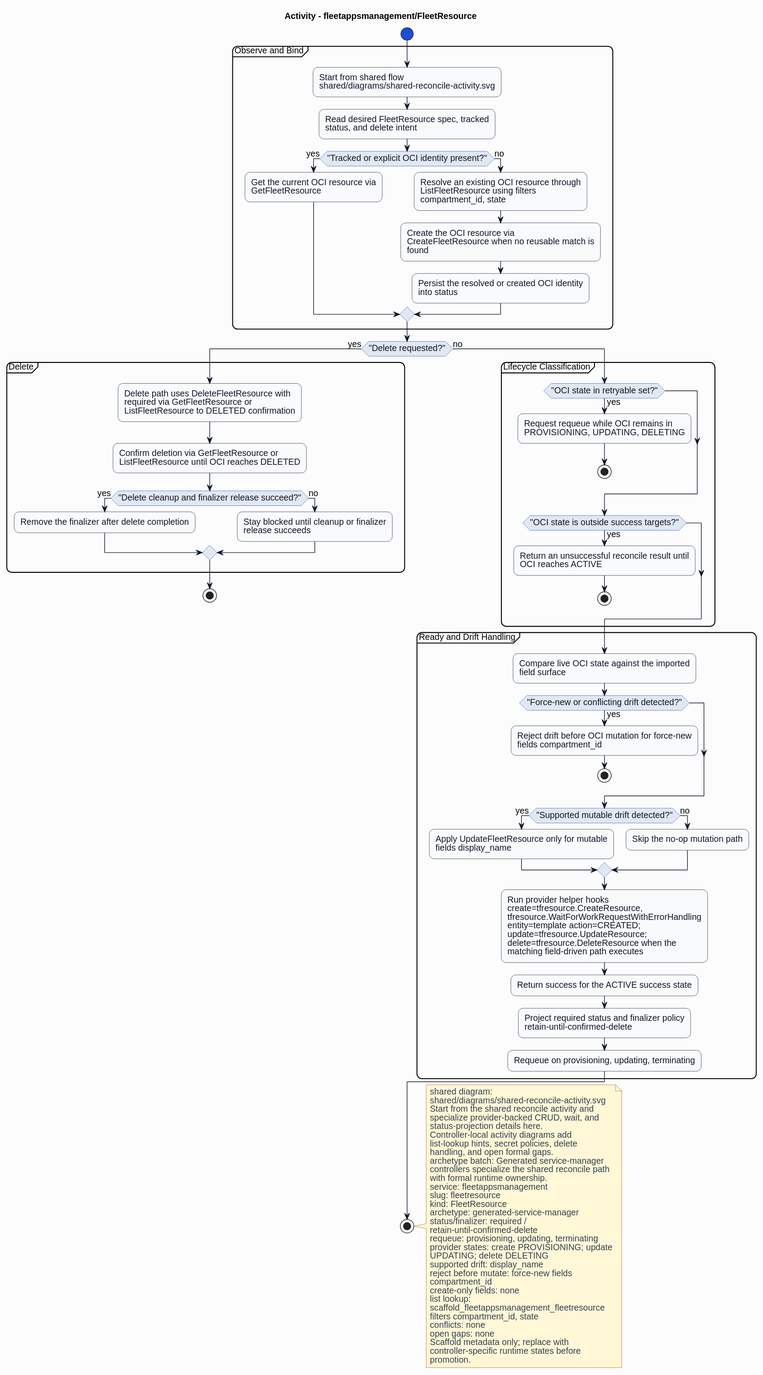
This is formal/controllers/fleetappsmanagement/fleetresource/diagrams/activity.svg from HaoyL666/oci-service-operator, a PlantUML export, as it was before one commit.
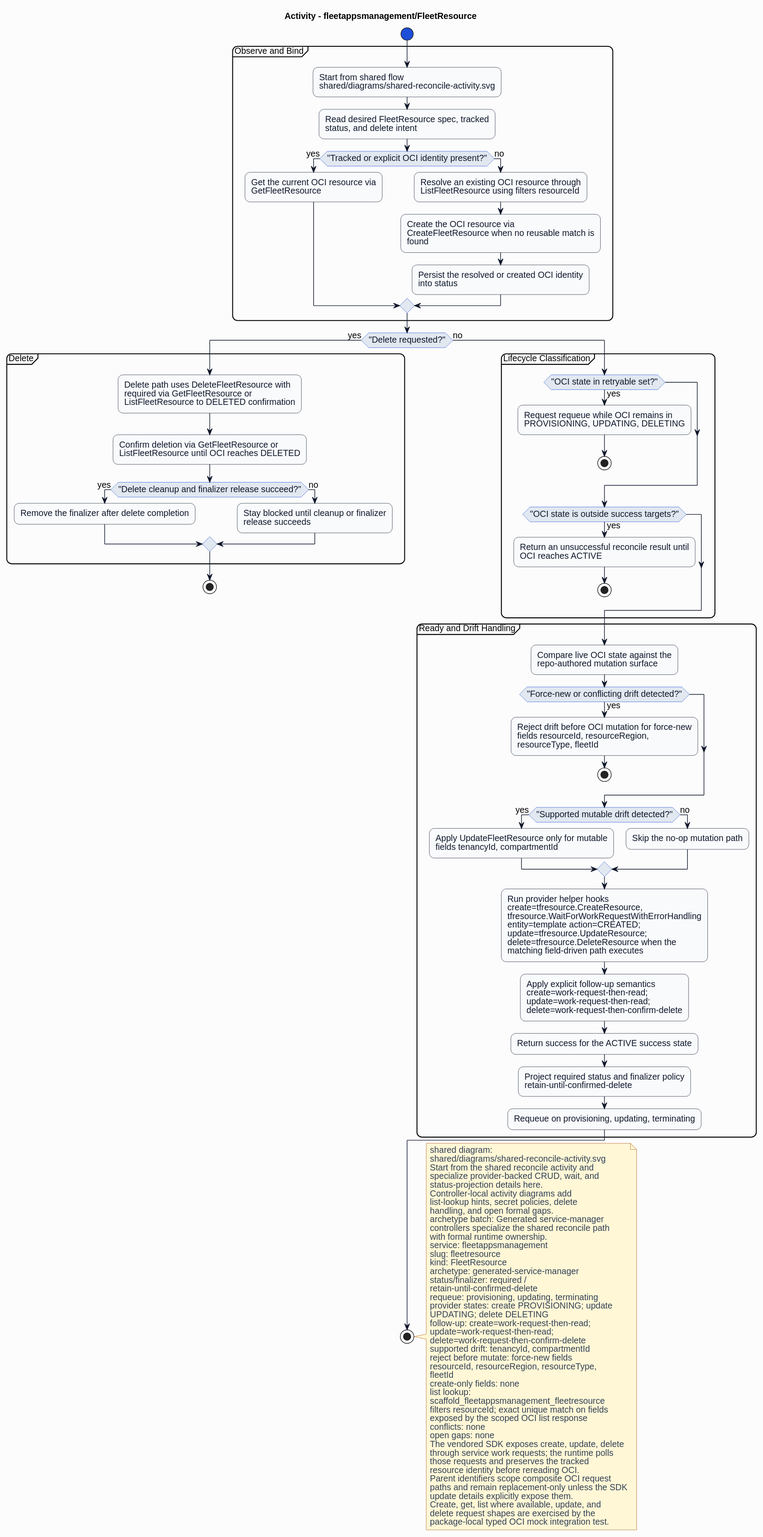
After the commit.

What changed in the source:
```diff
@@ -27,7 +27,7 @@
 if ("Tracked or explicit OCI identity present?") then (yes)
 :Get the current OCI resource via\nGetFleetResource;
 else (no)
-:Resolve an existing OCI resource through\nListFleetResource using filters\ncompartment_id, state;
+:Resolve an existing OCI resource through\nListFleetResource using filters resourceId;
 :Create the OCI resource via\nCreateFleetResource when no reusable match is\nfound;
 :Persist the resolved or created OCI identity\ninto status;
 endif
@@ -55,17 +55,18 @@
 endif
 }
 partition "Ready and Drift Handling" {
-:Compare live OCI state against the imported\nfield surface;
+:Compare live OCI state against the\nrepo-authored mutation surface;
 if ("Force-new or conflicting drift detected?") then (yes)
-:Reject drift before OCI mutation for force-new\nfields compartment_id;
+:Reject drift before OCI mutation for force-new\nfields resourceId, resourceRegion,\nresourceType, fleetId;
 stop
 endif
 if ("Supported mutable drift detected?") then (yes)
-:Apply UpdateFleetResource only for mutable\nfields display_name;
+:Apply UpdateFleetResource only for mutable\nfields tenancyId, compartmentId;
 else (no)
 :Skip the no-op mutation path;
 endif
 :Run provider helper hooks\ncreate=tfresource.CreateResource,\ntfresource.WaitForWorkRequestWithErrorHandling\nentity=template action=CREATED;\nupdate=tfresource.UpdateResource;\ndelete=tfresource.DeleteResource when the\nmatching field-driven path executes;
+:Apply explicit follow-up semantics\ncreate=work-request-then-read;\nupdate=work-request-then-read;\ndelete=work-request-then-confirm-delete;
 :Return success for the ACTIVE success state;
 :Project required status and finalizer policy\nretain-until-confirmed-delete;
 :Requeue on provisioning, updating, terminating;
@@ -93,17 +94,29 @@
 requeue: provisioning, updating, terminating
 provider states: create PROVISIONING; update
 UPDATING; delete DELETING
-supported drift: display_name
+follow-up: create=work-request-then-read;
+update=work-request-then-read;
+delete=work-request-then-confirm-delete
+supported drift: tenancyId, compartmentId
 reject before mutate: force-new fields
-compartment_id
+resourceId, resourceRegion, resourceType,
+fleetId
 create-only fields: none
 list lookup:
 scaffold_fleetappsmanagement_fleetresource
-filters compartment_id, state
+filters resourceId; exact unique match on fields
+exposed by the scoped OCI list response
 conflicts: none
 open gaps: none
-Scaffold metadata only; replace with
-controller-specific runtime states before
-promotion.
+The vendored SDK exposes create, update, delete
+through service work requests; the runtime polls
+those requests and preserves the tracked
+resource identity before rereading OCI.
+Parent identifiers scope composite OCI request
+paths and remain replacement-only unless the SDK
+update details explicitly expose them.
+Create, get, list where available, update, and
+delete request shapes are exercised by the
+package-local typed OCI mock integration test.
 end note
 @enduml
```
